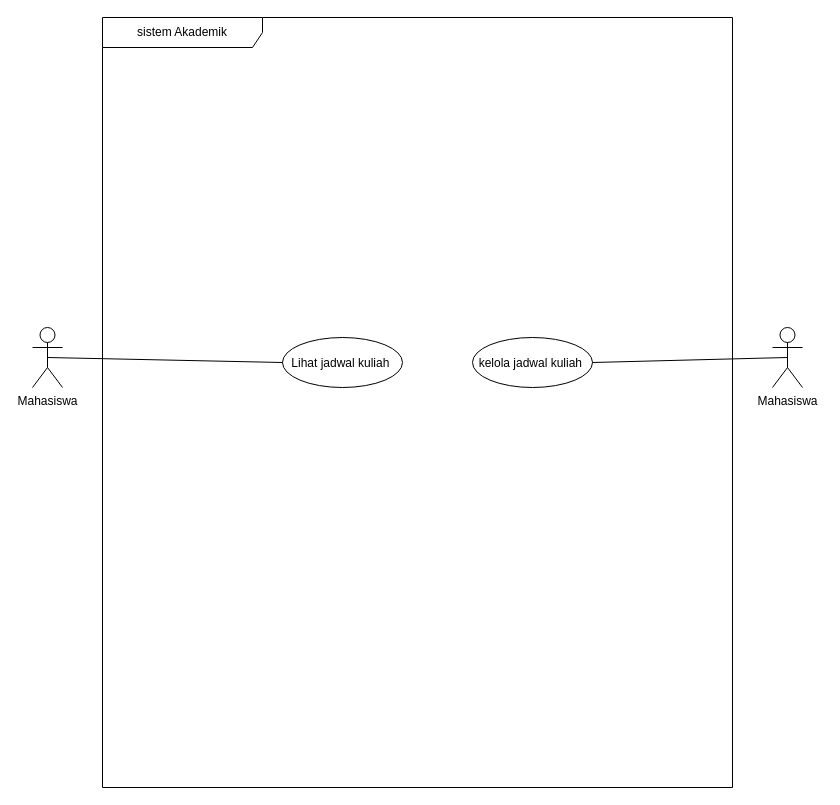
2406096-jul/IFRWP5149_2406096_LabAlat keeps this draw.io diagram as 03_latihan_tools/P03/SIA/P03_2406096_SIA_usecase_v01.drawio. Above is the earlier version. Source tidied: cells renumbered, new cells numbered last; positions are measured from the earlier drawing's top-left corner, leaving out a move shared by most shapes. Both pictures are drawn from the tidied source at 100%, with x=0, y=0 at pixel (32, 17).
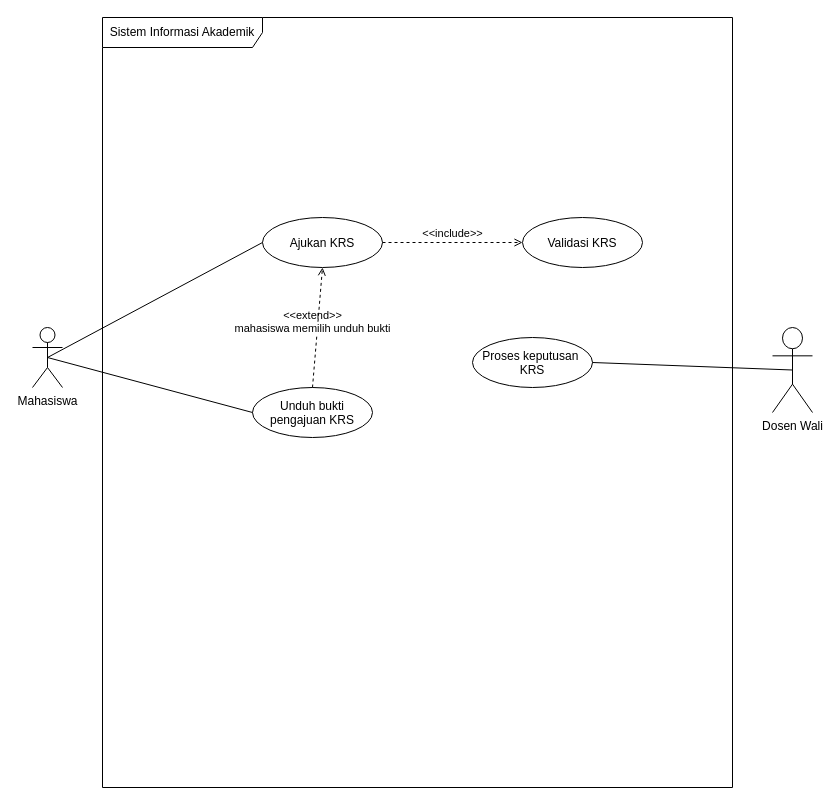
The same page after the edit.

Commit message (it also covers changes not shown here):
Pertemuan 3 - USE CASE DIAGRAM DAN USE CASE DESCRIPTION

The edit, as a diff of the source:
```diff
@@
 <mxGraphModel>
   <root>
     <mxCell id="0" />
     <mxCell id="1" parent="0" />
-    <mxCell id="2" value="sistem Akademik" style="shape=umlFrame;whiteSpace=wrap;html=1;width=160;" parent="1" vertex="1">
+    <mxCell id="2" value="Sistem Informasi Akademik" style="shape=umlFrame;whiteSpace=wrap;html=1;width=160;" parent="1" vertex="1">
       <mxGeometry x="70" width="630" height="770" as="geometry" />
     </mxCell>
-    <mxCell id="3" value="kelola jadwal kuliah " style="ellipse;" parent="2" vertex="1">
+    <mxCell id="3" value="Proses keputusan &#10;KRS" style="ellipse;" parent="2" vertex="1">
       <mxGeometry x="370" y="320" width="120" height="50" as="geometry" />
     </mxCell>
-    <mxCell id="4" value="Lihat jadwal kuliah " style="ellipse;" parent="2" vertex="1">
-      <mxGeometry x="180" y="320" width="120" height="50" as="geometry" />
+    <mxCell id="4" value="Ajukan KRS" style="ellipse;" parent="2" vertex="1">
+      <mxGeometry x="160" y="200" width="120" height="50" as="geometry" />
     </mxCell>
+    <mxCell id="9" value="Unduh bukti&#10;pengajuan KRS" style="ellipse;" parent="2" vertex="1">
+      <mxGeometry x="150" y="370" width="120" height="50" as="geometry" />
+    </mxCell>
+    <mxCell id="10" value="&amp;lt;&amp;lt;extend&amp;gt;&amp;gt;&lt;div&gt;&lt;span style=&quot;color: rgb(0, 0, 0); background-color: rgb(255, 255, 255);&quot;&gt;mahasiswa memilih unduh bukti&lt;/span&gt;&lt;/div&gt;" style="html=1;verticalAlign=bottom;labelBackgroundColor=none;endArrow=open;endFill=0;dashed=1;entryX=0.5;entryY=1;entryDx=0;entryDy=0;exitX=0.5;exitY=0;exitDx=0;exitDy=0;" parent="2" edge="1" source="9" target="4">
+      <mxGeometry x="-0.17" y="4" relative="1" as="geometry" />
+    </mxCell>
+    <mxCell id="11" value="&amp;lt;&amp;lt;include&amp;gt;&amp;gt;" style="html=1;verticalAlign=bottom;labelBackgroundColor=none;endArrow=open;endFill=0;dashed=1;exitX=1;exitY=0.5;exitDx=0;exitDy=0;entryX=0;entryY=0.5;entryDx=0;entryDy=0;" parent="2" edge="1" source="4" target="12">
+      <mxGeometry relative="1" as="geometry" />
+    </mxCell>
+    <mxCell id="12" value="Validasi KRS" style="ellipse;" parent="2" vertex="1">
+      <mxGeometry x="420" y="200" width="120" height="50" as="geometry" />
+    </mxCell>
     <mxCell id="5" style="edgeStyle=none;html=1;exitX=0.5;exitY=0.5;exitDx=0;exitDy=0;exitPerimeter=0;entryX=1;entryY=0.5;entryDx=0;entryDy=0;endArrow=none;endFill=0;" parent="1" edge="1" source="6" target="3">
       <mxGeometry relative="1" as="geometry" />
     </mxCell>
-    <mxCell id="6" value="Mahasiswa" style="shape=umlActor;verticalLabelPosition=bottom;verticalAlign=top;html=1;" parent="1" vertex="1">
-      <mxGeometry x="740" y="310" width="30" height="60" as="geometry" />
+    <mxCell id="6" value="Dosen Wali" style="shape=umlActor;verticalLabelPosition=bottom;verticalAlign=top;html=1;" parent="1" vertex="1">
+      <mxGeometry x="740" y="310" width="40" height="85" as="geometry" />
     </mxCell>
     <mxCell id="7" value="Mahasiswa" style="shape=umlActor;verticalLabelPosition=bottom;verticalAlign=top;html=1;" parent="1" vertex="1">
       <mxGeometry y="310" width="30" height="60" as="geometry" />
     </mxCell>
     <mxCell id="8" style="rounded=0;jettySize=auto;html=1;exitX=0.5;exitY=0.5;exitDx=0;exitDy=0;exitPerimeter=0;entryX=0;entryY=0.5;entryDx=0;entryDy=0;endArrow=none;endFill=0;" parent="1" edge="1" source="7" target="4">
       <mxGeometry relative="1" as="geometry" />
     </mxCell>
+    <mxCell id="13" style="rounded=0;jettySize=auto;html=1;exitX=0.5;exitY=0.5;exitDx=0;exitDy=0;exitPerimeter=0;entryX=0;entryY=0.5;entryDx=0;entryDy=0;endArrow=none;endFill=0;" parent="1" edge="1" source="7" target="9">
+      <mxGeometry relative="1" as="geometry" />
+    </mxCell>
   </root>
 </mxGraphModel>
```
